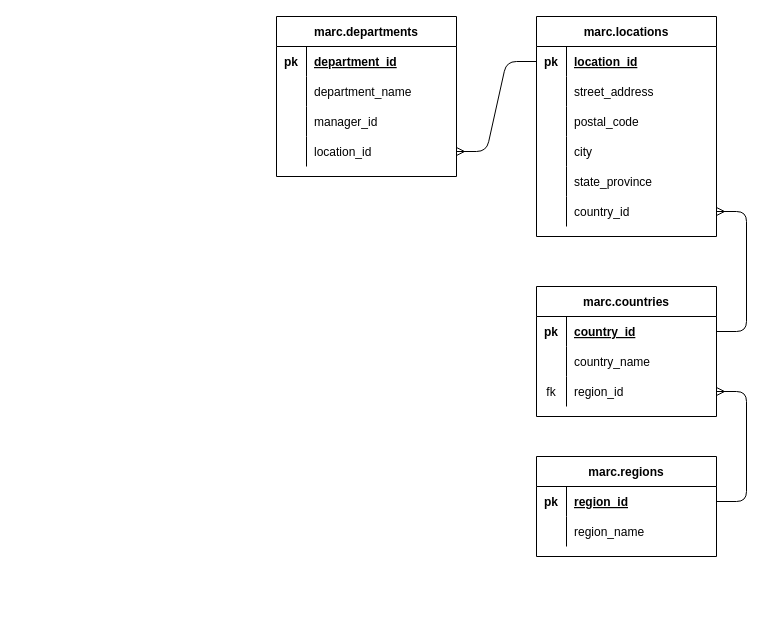
The draw.io diagram Marc's HR ERD.drawio in MarcNefaa/ERDs_with_draw.io, before the edit. Source tidied: cells renumbered, new cells numbered last; positions are measured from the earlier drawing's top-left corner, leaving out a move shared by most shapes. Both pictures are drawn from the tidied source at 100%, with x=0, y=0 at pixel (276, 16).
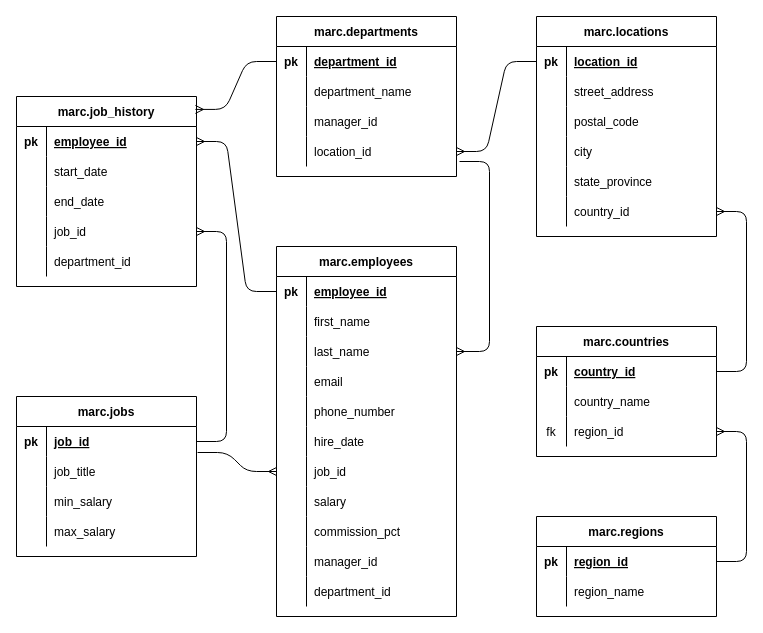
The same diagram, later.

Commit message:
added employees, job history and jobs tables

The change refers to these unchanged cells:
```xml
<mxCell id="41" style="shape=partialRectangle;fillColor=none;top=0;left=0;bottom=1;right=0;points=[[0,0.5],[1,0.5]];portConstraint=eastwest;strokeColor=none;" parent="40" vertex="1">
  <mxGeometry y="30" width="180" height="30" as="geometry" />
</mxCell>
```

The edit, as a diff of the source:
```diff
@@
     <mxCell id="2" value="marc.regions" style="shape=table;startSize=30;childLayout=tableLayout;rowLines=0;fontStyle=1;align=center;" parent="1" vertex="1">
-      <mxGeometry x="260" y="440" width="180" height="100" as="geometry" />
+      <mxGeometry x="260" y="500" width="180" height="100" as="geometry" />
     </mxCell>
@@
     <mxCell id="9" value="marc.countries" style="shape=table;startSize=30;childLayout=tableLayout;rowLines=0;fontStyle=1;align=center;strokeColor=#000000;" parent="1" vertex="1">
-      <mxGeometry x="260" y="270" width="180" height="130" as="geometry" />
+      <mxGeometry x="260" y="310" width="180" height="130" as="geometry" />
     </mxCell>
@@
+    <mxCell id="54" value="marc.employees" style="shape=table;startSize=30;childLayout=tableLayout;rowLines=0;fontStyle=1;align=center;strokeColor=#000000;" parent="1" vertex="1">
+      <mxGeometry y="230" width="180" height="370" as="geometry" />
+    </mxCell>
+    <mxCell id="55" style="shape=partialRectangle;fillColor=none;top=0;left=0;bottom=1;right=0;points=[[0,0.5],[1,0.5]];portConstraint=eastwest;strokeColor=none;" parent="54" vertex="1">
+      <mxGeometry y="30" width="180" height="30" as="geometry" />
+    </mxCell>
+    <mxCell id="56" value="pk" style="shape=partialRectangle;fillColor=none;top=0;left=0;bottom=0;right=0;fontStyle=1;overflow=hidden;" parent="55" vertex="1">
+      <mxGeometry width="30" height="30" as="geometry" />
+    </mxCell>
+    <mxCell id="57" value="employee_id" style="shape=partialRectangle;fillColor=none;top=0;left=0;bottom=0;right=0;align=left;spacingLeft=6;fontStyle=5;overflow=hidden;" parent="55" vertex="1">
+      <mxGeometry x="30" width="150" height="30" as="geometry" />
+    </mxCell>
+    <mxCell id="58" style="shape=partialRectangle;fillColor=none;top=0;left=0;bottom=0;right=0;" parent="54" vertex="1">
+      <mxGeometry y="60" width="180" height="30" as="geometry" />
+    </mxCell>
+    <mxCell id="59" style="shape=partialRectangle;fillColor=none;top=0;left=0;bottom=0;right=0;overflow=hidden;" parent="58" vertex="1">
+      <mxGeometry width="30" height="30" as="geometry" />
+    </mxCell>
+    <mxCell id="60" value="first_name" style="shape=partialRectangle;fillColor=none;top=0;left=0;bottom=0;right=0;align=left;spacingLeft=6;overflow=hidden;" parent="58" vertex="1">
+      <mxGeometry x="30" width="150" height="30" as="geometry" />
+    </mxCell>
+    <mxCell id="61" style="shape=partialRectangle;fillColor=none;top=0;left=0;bottom=0;right=0;points=[[0,0.5],[1,0.5]];portConstraint=eastwest;" parent="54" vertex="1">
+      <mxGeometry y="90" width="180" height="30" as="geometry" />
+    </mxCell>
+    <mxCell id="62" style="shape=partialRectangle;fillColor=none;top=0;left=0;bottom=0;right=0;overflow=hidden;" parent="61" vertex="1">
+      <mxGeometry width="30" height="30" as="geometry" />
+    </mxCell>
+    <mxCell id="63" value="last_name" style="shape=partialRectangle;fillColor=none;top=0;left=0;bottom=0;right=0;align=left;spacingLeft=6;overflow=hidden;" parent="61" vertex="1">
+      <mxGeometry x="30" width="150" height="30" as="geometry" />
+    </mxCell>
+    <mxCell id="64" style="shape=partialRectangle;fillColor=none;top=0;left=0;bottom=0;right=0;" parent="54" vertex="1">
+      <mxGeometry y="120" width="180" height="30" as="geometry" />
+    </mxCell>
+    <mxCell id="65" style="shape=partialRectangle;fillColor=none;top=0;left=0;bottom=0;right=0;overflow=hidden;" parent="64" vertex="1">
+      <mxGeometry width="30" height="30" as="geometry" />
+    </mxCell>
+    <mxCell id="66" value="email" style="shape=partialRectangle;fillColor=none;top=0;left=0;bottom=0;right=0;align=left;spacingLeft=6;overflow=hidden;" parent="64" vertex="1">
+      <mxGeometry x="30" width="150" height="30" as="geometry" />
+    </mxCell>
+    <mxCell id="67" style="shape=partialRectangle;fillColor=none;top=0;left=0;bottom=0;right=0;" parent="54" vertex="1">
+      <mxGeometry y="150" width="180" height="30" as="geometry" />
+    </mxCell>
+    <mxCell id="68" style="shape=partialRectangle;fillColor=none;top=0;left=0;bottom=0;right=0;overflow=hidden;" parent="67" vertex="1">
+      <mxGeometry width="30" height="30" as="geometry" />
+    </mxCell>
+    <mxCell id="69" value="phone_number" style="shape=partialRectangle;fillColor=none;top=0;left=0;bottom=0;right=0;align=left;spacingLeft=6;overflow=hidden;" parent="67" vertex="1">
+      <mxGeometry x="30" width="150" height="30" as="geometry" />
+    </mxCell>
+    <mxCell id="70" style="shape=partialRectangle;fillColor=none;top=0;left=0;bottom=0;right=0;" parent="54" vertex="1">
+      <mxGeometry y="180" width="180" height="30" as="geometry" />
+    </mxCell>
+    <mxCell id="71" style="shape=partialRectangle;fillColor=none;top=0;left=0;bottom=0;right=0;overflow=hidden;" parent="70" vertex="1">
+      <mxGeometry width="30" height="30" as="geometry" />
+    </mxCell>
+    <mxCell id="72" value="hire_date" style="shape=partialRectangle;fillColor=none;top=0;left=0;bottom=0;right=0;align=left;spacingLeft=6;overflow=hidden;" parent="70" vertex="1">
+      <mxGeometry x="30" width="150" height="30" as="geometry" />
+    </mxCell>
+    <mxCell id="73" style="shape=partialRectangle;fillColor=none;top=0;left=0;bottom=0;right=0;points=[[0,0.5],[1,0.5]];portConstraint=eastwest;" parent="54" vertex="1">
+      <mxGeometry y="210" width="180" height="30" as="geometry" />
+    </mxCell>
+    <mxCell id="74" style="shape=partialRectangle;fillColor=none;top=0;left=0;bottom=0;right=0;overflow=hidden;" parent="73" vertex="1">
+      <mxGeometry width="30" height="30" as="geometry" />
+    </mxCell>
+    <mxCell id="75" value="job_id" style="shape=partialRectangle;fillColor=none;top=0;left=0;bottom=0;right=0;align=left;spacingLeft=6;overflow=hidden;" parent="73" vertex="1">
+      <mxGeometry x="30" width="150" height="30" as="geometry" />
+    </mxCell>
+    <mxCell id="76" style="shape=partialRectangle;fillColor=none;top=0;left=0;bottom=0;right=0;" parent="54" vertex="1">
+      <mxGeometry y="240" width="180" height="30" as="geometry" />
+    </mxCell>
+    <mxCell id="77" style="shape=partialRectangle;fillColor=none;top=0;left=0;bottom=0;right=0;overflow=hidden;" parent="76" vertex="1">
+      <mxGeometry width="30" height="30" as="geometry" />
+    </mxCell>
+    <mxCell id="78" value="salary" style="shape=partialRectangle;fillColor=none;top=0;left=0;bottom=0;right=0;align=left;spacingLeft=6;overflow=hidden;" parent="76" vertex="1">
+      <mxGeometry x="30" width="150" height="30" as="geometry" />
+    </mxCell>
+    <mxCell id="79" style="shape=partialRectangle;fillColor=none;top=0;left=0;bottom=0;right=0;" parent="54" vertex="1">
+      <mxGeometry y="270" width="180" height="30" as="geometry" />
+    </mxCell>
+    <mxCell id="80" style="shape=partialRectangle;fillColor=none;top=0;left=0;bottom=0;right=0;overflow=hidden;" parent="79" vertex="1">
+      <mxGeometry width="30" height="30" as="geometry" />
+    </mxCell>
+    <mxCell id="81" value="commission_pct" style="shape=partialRectangle;fillColor=none;top=0;left=0;bottom=0;right=0;align=left;spacingLeft=6;overflow=hidden;" parent="79" vertex="1">
+      <mxGeometry x="30" width="150" height="30" as="geometry" />
+    </mxCell>
+    <mxCell id="82" style="shape=partialRectangle;fillColor=none;top=0;left=0;bottom=0;right=0;" parent="54" vertex="1">
+      <mxGeometry y="300" width="180" height="30" as="geometry" />
+    </mxCell>
+    <mxCell id="83" style="shape=partialRectangle;fillColor=none;top=0;left=0;bottom=0;right=0;overflow=hidden;" parent="82" vertex="1">
+      <mxGeometry width="30" height="30" as="geometry" />
+    </mxCell>
+    <mxCell id="84" value="manager_id" style="shape=partialRectangle;fillColor=none;top=0;left=0;bottom=0;right=0;align=left;spacingLeft=6;overflow=hidden;" parent="82" vertex="1">
+      <mxGeometry x="30" width="150" height="30" as="geometry" />
+    </mxCell>
+    <mxCell id="85" style="shape=partialRectangle;fillColor=none;top=0;left=0;bottom=0;right=0;" parent="54" vertex="1">
+      <mxGeometry y="330" width="180" height="30" as="geometry" />
+    </mxCell>
+    <mxCell id="86" style="shape=partialRectangle;fillColor=none;top=0;left=0;bottom=0;right=0;overflow=hidden;" parent="85" vertex="1">
+      <mxGeometry width="30" height="30" as="geometry" />
+    </mxCell>
+    <mxCell id="87" value="department_id" style="shape=partialRectangle;fillColor=none;top=0;left=0;bottom=0;right=0;align=left;spacingLeft=6;overflow=hidden;" parent="85" vertex="1">
+      <mxGeometry x="30" width="150" height="30" as="geometry" />
+    </mxCell>
+    <mxCell id="88" value="marc.job_history" style="shape=table;startSize=30;childLayout=tableLayout;rowLines=0;fontStyle=1;align=center;strokeColor=#000000;" parent="1" vertex="1">
+      <mxGeometry x="-260" y="80" width="180" height="190" as="geometry" />
+    </mxCell>
+    <mxCell id="89" style="shape=partialRectangle;fillColor=none;top=0;left=0;bottom=1;right=0;points=[[0,0.5],[1,0.5]];portConstraint=eastwest;strokeColor=none;" parent="88" vertex="1">
+      <mxGeometry y="30" width="180" height="30" as="geometry" />
+    </mxCell>
+    <mxCell id="90" value="pk" style="shape=partialRectangle;fillColor=none;top=0;left=0;bottom=0;right=0;fontStyle=1;overflow=hidden;" parent="89" vertex="1">
+      <mxGeometry width="30" height="30" as="geometry" />
+    </mxCell>
+    <mxCell id="91" value="employee_id" style="shape=partialRectangle;fillColor=none;top=0;left=0;bottom=0;right=0;align=left;spacingLeft=6;fontStyle=5;overflow=hidden;" parent="89" vertex="1">
+      <mxGeometry x="30" width="150" height="30" as="geometry" />
+    </mxCell>
+    <mxCell id="92" style="shape=partialRectangle;fillColor=none;top=0;left=0;bottom=0;right=0;" parent="88" vertex="1">
+      <mxGeometry y="60" width="180" height="30" as="geometry" />
+    </mxCell>
+    <mxCell id="93" style="shape=partialRectangle;fillColor=none;top=0;left=0;bottom=0;right=0;overflow=hidden;" parent="92" vertex="1">
+      <mxGeometry width="30" height="30" as="geometry" />
+    </mxCell>
+    <mxCell id="94" value="start_date" style="shape=partialRectangle;fillColor=none;top=0;left=0;bottom=0;right=0;align=left;spacingLeft=6;overflow=hidden;" parent="92" vertex="1">
+      <mxGeometry x="30" width="150" height="30" as="geometry" />
+    </mxCell>
+    <mxCell id="95" style="shape=partialRectangle;fillColor=none;top=0;left=0;bottom=0;right=0;" parent="88" vertex="1">
+      <mxGeometry y="90" width="180" height="30" as="geometry" />
+    </mxCell>
+    <mxCell id="96" style="shape=partialRectangle;fillColor=none;top=0;left=0;bottom=0;right=0;overflow=hidden;" parent="95" vertex="1">
+      <mxGeometry width="30" height="30" as="geometry" />
+    </mxCell>
+    <mxCell id="97" value="end_date" style="shape=partialRectangle;fillColor=none;top=0;left=0;bottom=0;right=0;align=left;spacingLeft=6;overflow=hidden;" parent="95" vertex="1">
+      <mxGeometry x="30" width="150" height="30" as="geometry" />
+    </mxCell>
+    <mxCell id="98" style="shape=partialRectangle;fillColor=none;top=0;left=0;bottom=0;right=0;points=[[0,0.5],[1,0.5]];portConstraint=eastwest;" parent="88" vertex="1">
+      <mxGeometry y="120" width="180" height="30" as="geometry" />
+    </mxCell>
+    <mxCell id="99" style="shape=partialRectangle;fillColor=none;top=0;left=0;bottom=0;right=0;overflow=hidden;" parent="98" vertex="1">
+      <mxGeometry width="30" height="30" as="geometry" />
+    </mxCell>
+    <mxCell id="100" value="job_id" style="shape=partialRectangle;fillColor=none;top=0;left=0;bottom=0;right=0;align=left;spacingLeft=6;overflow=hidden;" parent="98" vertex="1">
+      <mxGeometry x="30" width="150" height="30" as="geometry" />
+    </mxCell>
+    <mxCell id="101" style="shape=partialRectangle;fillColor=none;top=0;left=0;bottom=0;right=0;" parent="88" vertex="1">
+      <mxGeometry y="150" width="180" height="30" as="geometry" />
+    </mxCell>
+    <mxCell id="102" style="shape=partialRectangle;fillColor=none;top=0;left=0;bottom=0;right=0;overflow=hidden;" parent="101" vertex="1">
+      <mxGeometry width="30" height="30" as="geometry" />
+    </mxCell>
+    <mxCell id="103" value="department_id" style="shape=partialRectangle;fillColor=none;top=0;left=0;bottom=0;right=0;align=left;spacingLeft=6;overflow=hidden;" parent="101" vertex="1">
+      <mxGeometry x="30" width="150" height="30" as="geometry" />
+    </mxCell>
+    <mxCell id="104" value="marc.jobs" style="shape=table;startSize=30;childLayout=tableLayout;rowLines=0;fontStyle=1;align=center;strokeColor=#000000;" parent="1" vertex="1">
+      <mxGeometry x="-260" y="380" width="180" height="160" as="geometry" />
+    </mxCell>
+    <mxCell id="105" style="shape=partialRectangle;fillColor=none;top=0;left=0;bottom=1;right=0;points=[[0,0.5],[1,0.5]];portConstraint=eastwest;strokeColor=none;" parent="104" vertex="1">
+      <mxGeometry y="30" width="180" height="30" as="geometry" />
+    </mxCell>
+    <mxCell id="106" value="pk" style="shape=partialRectangle;fillColor=none;top=0;left=0;bottom=0;right=0;fontStyle=1;overflow=hidden;" parent="105" vertex="1">
+      <mxGeometry width="30" height="30" as="geometry" />
+    </mxCell>
+    <mxCell id="107" value="job_id" style="shape=partialRectangle;fillColor=none;top=0;left=0;bottom=0;right=0;align=left;spacingLeft=6;fontStyle=5;overflow=hidden;" parent="105" vertex="1">
+      <mxGeometry x="30" width="150" height="30" as="geometry" />
+    </mxCell>
+    <mxCell id="108" style="shape=partialRectangle;fillColor=none;top=0;left=0;bottom=0;right=0;" parent="104" vertex="1">
+      <mxGeometry y="60" width="180" height="30" as="geometry" />
+    </mxCell>
+    <mxCell id="109" style="shape=partialRectangle;fillColor=none;top=0;left=0;bottom=0;right=0;overflow=hidden;" parent="108" vertex="1">
+      <mxGeometry width="30" height="30" as="geometry" />
+    </mxCell>
+    <mxCell id="110" value="job_title" style="shape=partialRectangle;fillColor=none;top=0;left=0;bottom=0;right=0;align=left;spacingLeft=6;overflow=hidden;" parent="108" vertex="1">
+      <mxGeometry x="30" width="150" height="30" as="geometry" />
+    </mxCell>
+    <mxCell id="111" style="shape=partialRectangle;fillColor=none;top=0;left=0;bottom=0;right=0;" parent="104" vertex="1">
+      <mxGeometry y="90" width="180" height="30" as="geometry" />
+    </mxCell>
+    <mxCell id="112" style="shape=partialRectangle;fillColor=none;top=0;left=0;bottom=0;right=0;overflow=hidden;" parent="111" vertex="1">
+      <mxGeometry width="30" height="30" as="geometry" />
+    </mxCell>
+    <mxCell id="113" value="min_salary" style="shape=partialRectangle;fillColor=none;top=0;left=0;bottom=0;right=0;align=left;spacingLeft=6;overflow=hidden;" parent="111" vertex="1">
+      <mxGeometry x="30" width="150" height="30" as="geometry" />
+    </mxCell>
+    <mxCell id="114" style="shape=partialRectangle;fillColor=none;top=0;left=0;bottom=0;right=0;" parent="104" vertex="1">
+      <mxGeometry y="120" width="180" height="30" as="geometry" />
+    </mxCell>
+    <mxCell id="115" style="shape=partialRectangle;fillColor=none;top=0;left=0;bottom=0;right=0;overflow=hidden;" parent="114" vertex="1">
+      <mxGeometry width="30" height="30" as="geometry" />
+    </mxCell>
+    <mxCell id="116" value="max_salary" style="shape=partialRectangle;fillColor=none;top=0;left=0;bottom=0;right=0;align=left;spacingLeft=6;overflow=hidden;" parent="114" vertex="1">
+      <mxGeometry x="30" width="150" height="30" as="geometry" />
+    </mxCell>
+    <mxCell id="117" style="edgeStyle=entityRelationEdgeStyle;fontSize=12;html=1;endArrow=ERmany;exitX=1.006;exitY=0.867;exitDx=0;exitDy=0;exitPerimeter=0;" parent="1" edge="1" source="105" target="73">
+      <mxGeometry relative="1" as="geometry" />
+    </mxCell>
+    <mxCell id="118" style="edgeStyle=entityRelationEdgeStyle;fontSize=12;html=1;endArrow=ERmany;exitX=1;exitY=0.5;exitDx=0;exitDy=0;entryX=1;entryY=0.5;entryDx=0;entryDy=0;" parent="1" edge="1" source="105" target="98">
+      <mxGeometry relative="1" as="geometry" />
+    </mxCell>
+    <mxCell id="119" style="edgeStyle=entityRelationEdgeStyle;fontSize=12;html=1;endArrow=ERmany;entryX=1;entryY=0.5;entryDx=0;entryDy=0;exitX=0;exitY=0.5;exitDx=0;exitDy=0;" parent="1" edge="1" source="55" target="89">
+      <mxGeometry relative="1" as="geometry" />
+    </mxCell>
+    <mxCell id="120" style="edgeStyle=entityRelationEdgeStyle;fontSize=12;html=1;endArrow=ERmany;entryX=0.994;entryY=0.068;entryDx=0;entryDy=0;entryPerimeter=0;exitX=0;exitY=0.5;exitDx=0;exitDy=0;" parent="1" edge="1" source="41" target="88">
+      <mxGeometry relative="1" as="geometry" />
+    </mxCell>
+    <mxCell id="121" style="edgeStyle=entityRelationEdgeStyle;fontSize=12;html=1;endArrow=ERmany;entryX=1;entryY=0.5;entryDx=0;entryDy=0;" parent="1" edge="1" target="61">
+      <mxGeometry relative="1" as="geometry">
+        <mxPoint x="183" y="145" as="sourcePoint" />
+      </mxGeometry>
+    </mxCell>
```
